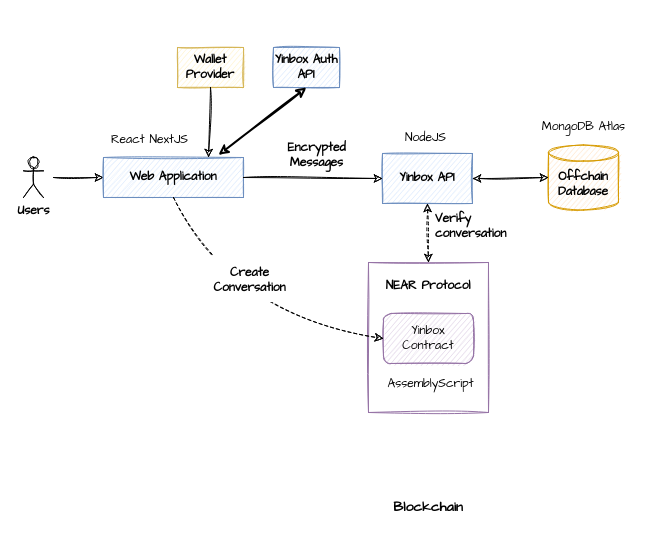
The draw.io diagram docs/diagrams/yinbox-architecture.drawio in jnlewis/yinbox-app, before the edit. Source tidied: cells renumbered, new cells numbered last; positions are measured from the earlier drawing's top-left corner, leaving out a move shared by most shapes. Both pictures are drawn from the tidied source at 100%, with x=0, y=0 at pixel (23, 47).
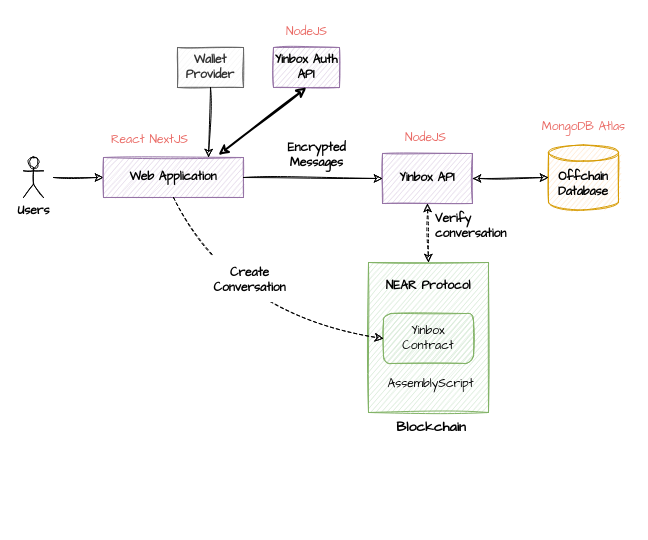
The same diagram, later.

The edit, as a diff of the source:
```diff
@@
-    <mxCell id="4" value="Web Application" style="rounded=0;whiteSpace=wrap;html=1;sketch=1;fontFamily=Comic Sans MS;fontStyle=1;fillColor=#dae8fc;strokeColor=#6c8ebf;" parent="1" vertex="1">
+    <mxCell id="4" value="Web Application" style="rounded=0;whiteSpace=wrap;html=1;sketch=1;fontFamily=Comic Sans MS;fontStyle=1;fillColor=#e1d5e7;strokeColor=#9673a6;" parent="1" vertex="1">
       <mxGeometry x="80" y="110" width="140" height="40" as="geometry" />
     </mxCell>
-    <mxCell id="5" value="Yinbox API" style="rounded=0;whiteSpace=wrap;html=1;sketch=1;fontFamily=Comic Sans MS;fontStyle=1;fillColor=#dae8fc;strokeColor=#6c8ebf;" parent="1" vertex="1">
+    <mxCell id="5" value="Yinbox API" style="rounded=0;whiteSpace=wrap;html=1;sketch=1;fontFamily=Comic Sans MS;fontStyle=1;fillColor=#e1d5e7;strokeColor=#9673a6;" parent="1" vertex="1">
       <mxGeometry x="359" y="106" width="90" height="50" as="geometry" />
     </mxCell>
@@
-    <mxCell id="7" value="MongoDB Atlas" style="text;html=1;strokeColor=none;fillColor=none;align=center;verticalAlign=middle;whiteSpace=wrap;rounded=0;sketch=1;fontFamily=Comic Sans MS;" parent="1" vertex="1">
+    <mxCell id="7" value="&lt;font color=&quot;#ea6b66&quot;&gt;MongoDB Atlas&lt;/font&gt;" style="text;html=1;strokeColor=none;fillColor=none;align=center;verticalAlign=middle;whiteSpace=wrap;rounded=0;sketch=1;fontFamily=Comic Sans MS;" parent="1" vertex="1">
       <mxGeometry x="512.5" y="65" width="95" height="30" as="geometry" />
     </mxCell>
-    <mxCell id="8" value="React NextJS" style="text;html=1;strokeColor=none;fillColor=none;align=center;verticalAlign=middle;whiteSpace=wrap;rounded=0;sketch=1;fontFamily=Comic Sans MS;" parent="1" vertex="1">
+    <mxCell id="8" value="&lt;font color=&quot;#ea6b66&quot;&gt;React NextJS&lt;/font&gt;" style="text;html=1;strokeColor=none;fillColor=none;align=center;verticalAlign=middle;whiteSpace=wrap;rounded=0;sketch=1;fontFamily=Comic Sans MS;" parent="1" vertex="1">
       <mxGeometry x="78.5" y="78" width="95" height="30" as="geometry" />
     </mxCell>
@@
     <mxCell id="10" value="Blockchain" style="text;html=1;strokeColor=none;fillColor=none;align=center;verticalAlign=middle;whiteSpace=wrap;rounded=0;sketch=1;fontFamily=Comic Sans MS;fontStyle=1;fontSize=14;" parent="1" vertex="1">
-      <mxGeometry x="340" y="445" width="130" height="30" as="geometry" />
+      <mxGeometry x="342.5" y="365" width="130" height="30" as="geometry" />
     </mxCell>
@@
-    <mxCell id="12" style="rounded=0;whiteSpace=wrap;html=1;sketch=1;fontFamily=Comic Sans MS;fillColor=none;strokeColor=#9673a6;" parent="1" vertex="1">
+    <mxCell id="12" style="rounded=0;whiteSpace=wrap;html=1;sketch=1;fontFamily=Comic Sans MS;fillColor=#d5e8d4;strokeColor=#82b366;" parent="1" vertex="1">
       <mxGeometry x="345" y="215" width="120" height="150" as="geometry" />
     </mxCell>
-    <mxCell id="13" value="Yinbox Contract" style="rounded=1;whiteSpace=wrap;html=1;sketch=1;fontFamily=Comic Sans MS;fillColor=#e1d5e7;strokeColor=#9673a6;" parent="1" vertex="1">
+    <mxCell id="13" value="Yinbox Contract" style="rounded=1;whiteSpace=wrap;html=1;sketch=1;fontFamily=Comic Sans MS;fillColor=#d5e8d4;strokeColor=#82b366;" parent="1" vertex="1">
       <mxGeometry x="360" y="266" width="90" height="50" as="geometry" />
     </mxCell>
@@
-    <mxCell id="17" value="NodeJS" style="text;html=1;strokeColor=none;fillColor=none;align=center;verticalAlign=middle;whiteSpace=wrap;rounded=0;sketch=1;fontFamily=Comic Sans MS;" parent="1" vertex="1">
+    <mxCell id="17" value="&lt;font color=&quot;#ea6b66&quot;&gt;NodeJS&lt;/font&gt;" style="text;html=1;strokeColor=none;fillColor=none;align=center;verticalAlign=middle;whiteSpace=wrap;rounded=0;sketch=1;fontFamily=Comic Sans MS;" parent="1" vertex="1">
       <mxGeometry x="375" y="76" width="55" height="30" as="geometry" />
     </mxCell>
-    <mxCell id="18" value="Yinbox Auth API" style="rounded=0;whiteSpace=wrap;html=1;sketch=1;fontFamily=Comic Sans MS;fontStyle=1;fillColor=#dae8fc;strokeColor=#6c8ebf;" parent="1" vertex="1">
+    <mxCell id="18" value="Yinbox Auth API" style="rounded=0;whiteSpace=wrap;html=1;sketch=1;fontFamily=Comic Sans MS;fontStyle=1;fillColor=#e1d5e7;strokeColor=#9673a6;" parent="1" vertex="1">
       <mxGeometry x="250" width="66" height="40" as="geometry" />
     </mxCell>
-    <mxCell id="19" value="Wallet Provider" style="rounded=0;whiteSpace=wrap;html=1;sketch=1;fontFamily=Comic Sans MS;fontStyle=1;fillColor=#fff2cc;strokeColor=#d6b656;" parent="1" vertex="1">
+    <mxCell id="19" value="Wallet Provider" style="rounded=0;whiteSpace=wrap;html=1;sketch=1;fontFamily=Comic Sans MS;fontStyle=1;fillColor=#f5f5f5;strokeColor=#666666;fontColor=#333333;" parent="1" vertex="1">
       <mxGeometry x="154" width="66" height="40" as="geometry" />
     </mxCell>
@@
+    <mxCell id="26" value="&lt;font color=&quot;#ea6b66&quot;&gt;NodeJS&lt;/font&gt;" style="text;html=1;strokeColor=none;fillColor=none;align=center;verticalAlign=middle;whiteSpace=wrap;rounded=0;sketch=1;fontFamily=Comic Sans MS;" parent="1" vertex="1">
+      <mxGeometry x="255.5" y="-30" width="55" height="30" as="geometry" />
+    </mxCell>
```
